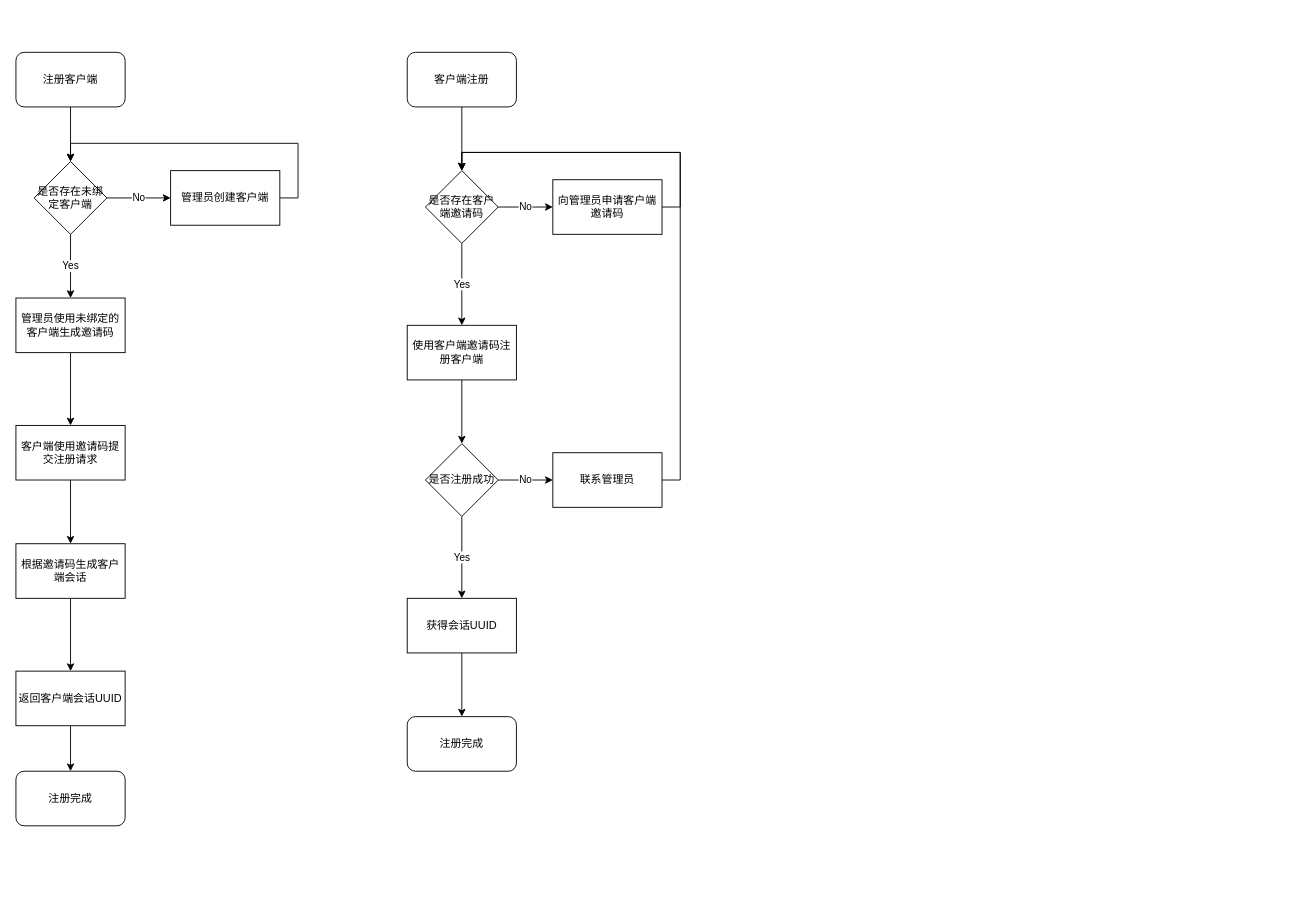
anyingiit/Draw.io keeps this draw.io diagram as 基于Golang和React的内网资源管理软件-后端.drawio. Above is the earlier version. Source tidied: cells renumbered, new cells numbered last; positions are measured from the earlier drawing's top-left corner, leaving out a move shared by most shapes. Both pictures are drawn from the tidied source at 91%, with x=0, y=0 at pixel (15, 52).
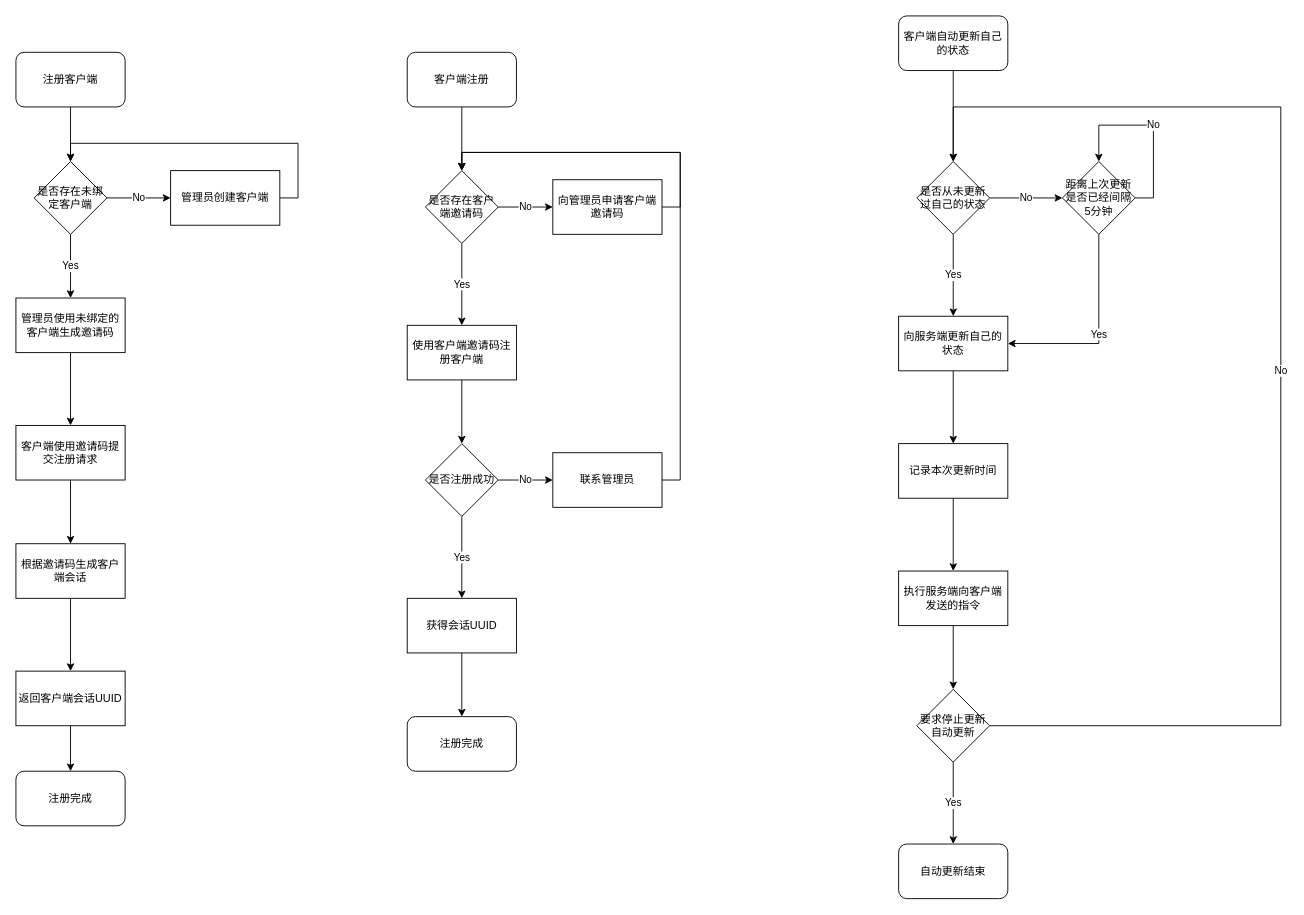
The same diagram, later.

Commit message (it also covers changes not shown here):
Update 基于Golang和React的内网资源管理软件-后端.drawio

Diff of the diagram source:
```diff
@@
+    <mxCell id="35" style="edgeStyle=orthogonalEdgeStyle;rounded=0;jettySize=auto;html=1;" parent="1" edge="1" source="36" target="39">
+      <mxGeometry relative="1" as="geometry" />
+    </mxCell>
+    <mxCell id="36" value="客户端自动更新自己的状态" style="rounded=1;whiteSpace=wrap;html=1;" parent="1" vertex="1">
+      <mxGeometry x="970" y="-40" width="120" height="60" as="geometry" />
+    </mxCell>
+    <mxCell id="37" value="Yes" style="edgeStyle=orthogonalEdgeStyle;rounded=0;jettySize=auto;html=1;" parent="1" edge="1" source="39" target="41">
+      <mxGeometry relative="1" as="geometry" />
+    </mxCell>
+    <mxCell id="38" value="No" style="edgeStyle=orthogonalEdgeStyle;rounded=0;jettySize=auto;html=1;" parent="1" edge="1" source="39" target="43">
+      <mxGeometry relative="1" as="geometry" />
+    </mxCell>
+    <mxCell id="39" value="是否从未更新过自己的状态" style="rhombus;whiteSpace=wrap;html=1;" parent="1" vertex="1">
+      <mxGeometry x="990" y="120" width="80" height="80" as="geometry" />
+    </mxCell>
+    <mxCell id="40" style="edgeStyle=orthogonalEdgeStyle;rounded=0;jettySize=auto;html=1;" parent="1" edge="1" source="41" target="46">
+      <mxGeometry relative="1" as="geometry" />
+    </mxCell>
+    <mxCell id="41" value="向服务端更新自己的状态" style="whiteSpace=wrap;html=1;" parent="1" vertex="1">
+      <mxGeometry x="970" y="290" width="120" height="60" as="geometry" />
+    </mxCell>
+    <mxCell id="42" value="Yes" style="edgeStyle=orthogonalEdgeStyle;rounded=0;jettySize=auto;html=1;exitX=0.5;exitY=1;exitDx=0;exitDy=0;entryX=1;entryY=0.5;entryDx=0;entryDy=0;" parent="1" edge="1" source="43" target="41">
+      <mxGeometry relative="1" as="geometry" />
+    </mxCell>
+    <mxCell id="43" value="距离上次更新是否已经间隔5分钟" style="rhombus;whiteSpace=wrap;html=1;" parent="1" vertex="1">
+      <mxGeometry x="1150" y="120" width="80" height="80" as="geometry" />
+    </mxCell>
+    <mxCell id="44" value="No" style="edgeStyle=orthogonalEdgeStyle;rounded=0;orthogonalLoop=1;jettySize=auto;html=1;exitX=1;exitY=0.5;exitDx=0;exitDy=0;entryX=0.5;entryY=0;entryDx=0;entryDy=0;" parent="1" edge="1" source="43" target="43">
+      <mxGeometry relative="1" as="geometry">
+        <Array as="points">
+          <mxPoint x="1250" y="160" />
+          <mxPoint x="1250" y="80" />
+          <mxPoint x="1190" y="80" />
+        </Array>
+      </mxGeometry>
+    </mxCell>
+    <mxCell id="45" style="edgeStyle=orthogonalEdgeStyle;rounded=0;jettySize=auto;html=1;" parent="1" edge="1" source="46" target="48">
+      <mxGeometry relative="1" as="geometry" />
+    </mxCell>
+    <mxCell id="46" value="记录本次更新时间" style="whiteSpace=wrap;html=1;" parent="1" vertex="1">
+      <mxGeometry x="970" y="430" width="120" height="60" as="geometry" />
+    </mxCell>
+    <mxCell id="47" style="edgeStyle=orthogonalEdgeStyle;rounded=0;jettySize=auto;html=1;" parent="1" edge="1" source="48" target="51">
+      <mxGeometry relative="1" as="geometry" />
+    </mxCell>
+    <mxCell id="48" value="执行服务端向客户端发送的指令" style="whiteSpace=wrap;html=1;" parent="1" vertex="1">
+      <mxGeometry x="970" y="570" width="120" height="60" as="geometry" />
+    </mxCell>
+    <mxCell id="49" value="Yes" style="edgeStyle=orthogonalEdgeStyle;rounded=0;jettySize=auto;html=1;" parent="1" edge="1" source="51" target="52">
+      <mxGeometry relative="1" as="geometry" />
+    </mxCell>
+    <mxCell id="50" value="No" style="edgeStyle=orthogonalEdgeStyle;rounded=0;jettySize=auto;html=1;exitX=1;exitY=0.5;exitDx=0;exitDy=0;entryX=0.5;entryY=0;entryDx=0;entryDy=0;" parent="1" edge="1" source="51" target="39">
+      <mxGeometry relative="1" as="geometry">
+        <Array as="points">
+          <mxPoint x="1390" y="740" />
+          <mxPoint x="1390" y="60" />
+          <mxPoint x="1030" y="60" />
+        </Array>
+      </mxGeometry>
+    </mxCell>
+    <mxCell id="51" value="要求停止更新自动更新" style="rhombus;whiteSpace=wrap;html=1;" parent="1" vertex="1">
+      <mxGeometry x="990" y="700" width="80" height="80" as="geometry" />
+    </mxCell>
+    <mxCell id="52" value="自动更新结束" style="rounded=1;whiteSpace=wrap;html=1;" parent="1" vertex="1">
+      <mxGeometry x="970" y="870" width="120" height="60" as="geometry" />
+    </mxCell>
```
